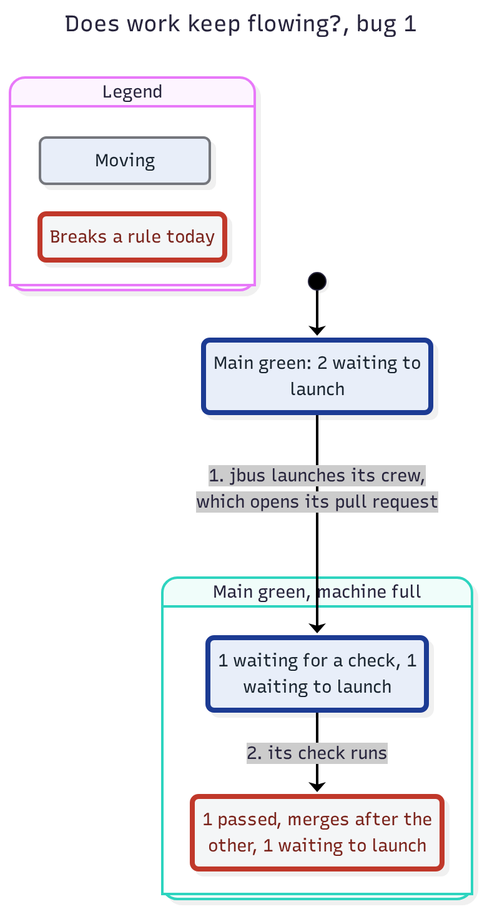
Earlier version of the Mermaid export features/jmerge/spec/FlowToday-statechart/bug-1.png (JoshuaHayesWasHere/jstack). Its source is kept beside it as features/jmerge/spec/FlowToday-statechart/bug-1.mmd.
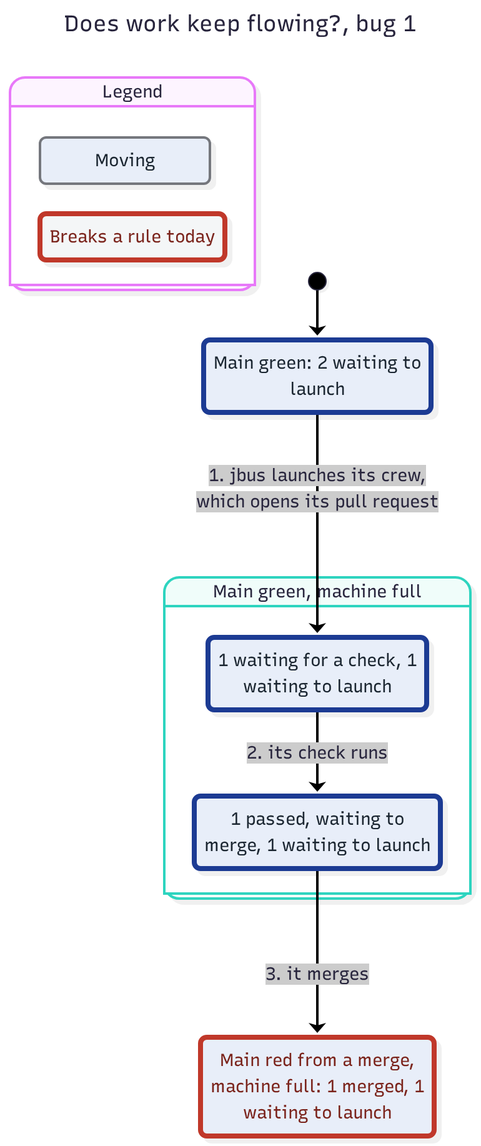
The same file after the commit.

Diff of the diagram source:
```diff
@@ -8,6 +8,7 @@
 stateDiagram-v2
   classDef plainWrong fill:#f4f6f7,stroke:#c0392b,stroke-width:4px,color:#7b241c
   classDef group1 fill:#e8eef9,stroke:#74777d,color:#1b2631
+  classDef group1Wrong fill:#e8eef9,stroke:#c0392b,stroke-width:4px,color:#7b241c
   classDef group1Path fill:#e8eef9,stroke:#1f3a93,stroke-width:4px,color:#1b2631
   state "Legend" as legend {
     state "Moving" as legendGroup1
@@ -16,13 +17,16 @@
   class legendGroup1 group1
   class legendWrong plainWrong
   state "Main green, machine full" as g0 {
-    state "1 passed, merges after the<br/>other, 1 waiting to launch" as s0
+    state "1 passed, waiting to<br/>merge, 1 waiting to launch" as s0
     state "1 waiting for a check, 1<br/>waiting to launch" as s1
   }
   state "Main green: 2 waiting to<br/>launch" as s2
+  state "Main red from a merge,<br/>machine full: 1 merged, 1<br/>waiting to launch" as s3
   [*] --> s2
   s2 --> s1 : 1. jbus launches its crew,<br/>which opens its pull request
   s1 --> s0 : 2. its check runs
-  class s0 plainWrong
+  s0 --> s3 : 3. it merges
+  class s0 group1Path
   class s1 group1Path
   class s2 group1Path
+  class s3 group1Wrong
```
